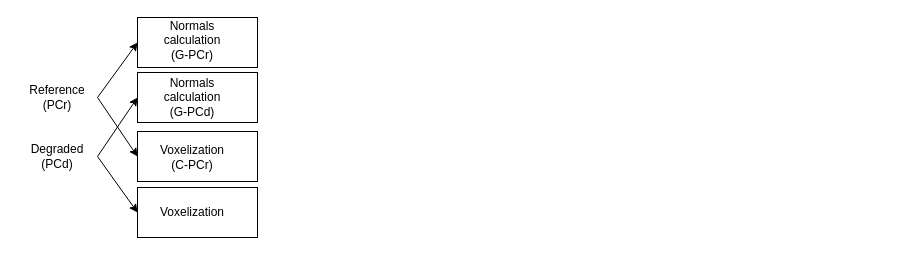
rafael2k/Monografia keeps this draw.io diagram as Untitled Diagram.drawio. Above is the earlier version. Source tidied: cells renumbered, new cells numbered last; positions are measured from the earlier drawing's top-left corner, leaving out a move shared by most shapes. Both pictures are drawn from the tidied source at 100%, with x=0, y=0 at pixel (17, 17).
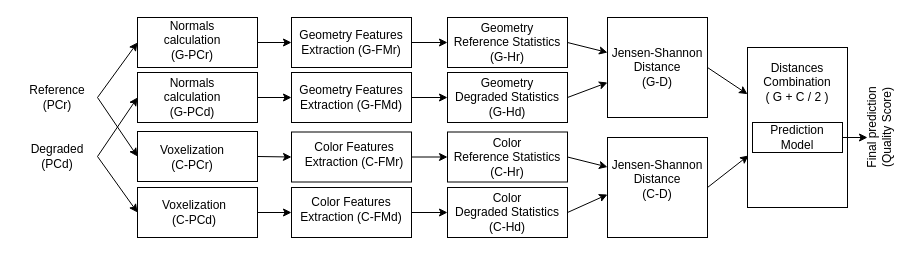
Above is the later version.

Commit message:
diagram-hybrid

Unchanged cells that the change refers to:
```xml
<mxCell id="4" style="rounded=0;whiteSpace=wrap;html=1;" parent="1" vertex="1">
  <mxGeometry x="120" width="120" height="50" as="geometry" />
</mxCell>
<mxCell id="5" style="rounded=0;whiteSpace=wrap;html=1;" parent="1" vertex="1">
  <mxGeometry x="120" y="114" width="120" height="50" as="geometry" />
</mxCell>
<mxCell id="12" style="rounded=0;whiteSpace=wrap;html=1;" parent="1" vertex="1">
  <mxGeometry x="120" y="55" width="120" height="50" as="geometry" />
</mxCell>
<mxCell id="14" style="rounded=0;whiteSpace=wrap;html=1;" parent="1" vertex="1">
  <mxGeometry x="120" y="170" width="120" height="50" as="geometry" />
</mxCell>
```

Change to the diagram source:
```diff
@@
+    <mxCell id="16" style="rounded=0;whiteSpace=wrap;html=1;" parent="1" vertex="1">
+      <mxGeometry x="590" y="120" width="100" height="100" as="geometry" />
+    </mxCell>
@@
-    <mxCell id="15" value="Voxelization" style="text;html=1;strokeColor=none;fillColor=none;align=center;verticalAlign=middle;whiteSpace=wrap;rounded=0;" parent="1" vertex="1">
-      <mxGeometry x="150" y="184.5" width="50" height="21" as="geometry" />
+    <mxCell id="15" value="&lt;div&gt;Voxelization&lt;/div&gt;&lt;div&gt;(C-PCd)&lt;/div&gt;" style="text;html=1;strokeColor=none;fillColor=none;align=center;verticalAlign=middle;whiteSpace=wrap;rounded=0;" parent="1" vertex="1">
+      <mxGeometry x="152" y="184.5" width="50" height="21" as="geometry" />
     </mxCell>
+    <mxCell id="17" style="rounded=0;whiteSpace=wrap;html=1;" parent="1" vertex="1">
+      <mxGeometry x="274" width="120" height="50" as="geometry" />
+    </mxCell>
+    <mxCell id="18" value="&lt;div&gt;Geometry Features Extraction (G-FMr)&lt;br&gt;&lt;/div&gt;" style="text;html=1;strokeColor=none;fillColor=none;align=center;verticalAlign=middle;whiteSpace=wrap;rounded=0;" parent="1" vertex="1">
+      <mxGeometry x="277" y="17.5" width="114" height="15" as="geometry" />
+    </mxCell>
+    <mxCell id="19" style="rounded=0;whiteSpace=wrap;html=1;" parent="1" vertex="1">
+      <mxGeometry x="274" y="55" width="120" height="50" as="geometry" />
+    </mxCell>
+    <mxCell id="20" value="&lt;div&gt;Geometry Features Extraction (G-FMd)&lt;br&gt;&lt;/div&gt;" style="text;html=1;strokeColor=none;fillColor=none;align=center;verticalAlign=middle;whiteSpace=wrap;rounded=0;" parent="1" vertex="1">
+      <mxGeometry x="276" y="62.5" width="116" height="35" as="geometry" />
+    </mxCell>
+    <mxCell id="21" style="rounded=0;whiteSpace=wrap;html=1;" parent="1" vertex="1">
+      <mxGeometry x="274" y="114.5" width="120" height="50" as="geometry" />
+    </mxCell>
+    <mxCell id="22" value="&lt;div&gt;Color Features&lt;/div&gt;&lt;div&gt;Extraction (C-FMr)&lt;br&gt;&lt;/div&gt;" style="text;html=1;strokeColor=none;fillColor=none;align=center;verticalAlign=middle;whiteSpace=wrap;rounded=0;" parent="1" vertex="1">
+      <mxGeometry x="285" y="129" width="104" height="15" as="geometry" />
+    </mxCell>
+    <mxCell id="23" style="rounded=0;whiteSpace=wrap;html=1;" parent="1" vertex="1">
+      <mxGeometry x="274" y="170" width="120" height="50" as="geometry" />
+    </mxCell>
+    <mxCell id="24" value="&lt;div&gt;Color Features&lt;/div&gt;&lt;div&gt;Extraction (C-FMd)&lt;br&gt;&lt;/div&gt;" style="text;html=1;strokeColor=none;fillColor=none;align=center;verticalAlign=middle;whiteSpace=wrap;rounded=0;" parent="1" vertex="1">
+      <mxGeometry x="282" y="184.5" width="104" height="15" as="geometry" />
+    </mxCell>
+    <mxCell id="25" style="rounded=0;whiteSpace=wrap;html=1;" parent="1" vertex="1">
+      <mxGeometry x="430" width="120" height="50" as="geometry" />
+    </mxCell>
+    <mxCell id="26" style="rounded=0;whiteSpace=wrap;html=1;" parent="1" vertex="1">
+      <mxGeometry x="430" y="114.5" width="120" height="50" as="geometry" />
+    </mxCell>
+    <mxCell id="27" style="rounded=0;whiteSpace=wrap;html=1;" parent="1" vertex="1">
+      <mxGeometry x="430" y="55" width="120" height="50" as="geometry" />
+    </mxCell>
+    <mxCell id="28" style="rounded=0;whiteSpace=wrap;html=1;" parent="1" vertex="1">
+      <mxGeometry x="430" y="170" width="120" height="50" as="geometry" />
+    </mxCell>
+    <mxCell id="29" value="&lt;div&gt;Geometry Reference Statistics (G-Hr)&lt;br&gt;&lt;/div&gt;" style="text;html=1;strokeColor=none;fillColor=none;align=center;verticalAlign=middle;whiteSpace=wrap;rounded=0;" parent="1" vertex="1">
+      <mxGeometry x="435" y="15" width="110" height="20" as="geometry" />
+    </mxCell>
+    <mxCell id="30" value="&lt;div&gt;Geometry Degraded Statistics (G-Hd)&lt;br&gt;&lt;/div&gt;" style="text;html=1;strokeColor=none;fillColor=none;align=center;verticalAlign=middle;whiteSpace=wrap;rounded=0;" parent="1" vertex="1">
+      <mxGeometry x="435" y="70" width="110" height="20" as="geometry" />
+    </mxCell>
+    <mxCell id="31" value="&lt;div&gt;Color&lt;br&gt;Reference Statistics&lt;br&gt;(C-Hr)&lt;br&gt;&lt;/div&gt;" style="text;html=1;strokeColor=none;fillColor=none;align=center;verticalAlign=middle;whiteSpace=wrap;rounded=0;" parent="1" vertex="1">
+      <mxGeometry x="410" y="132" width="160" height="15" as="geometry" />
+    </mxCell>
+    <mxCell id="32" value="&lt;div&gt;Color&lt;br&gt;Degraded Statistics&lt;br&gt;(C-Hd)&lt;br&gt;&lt;/div&gt;" style="text;html=1;strokeColor=none;fillColor=none;align=center;verticalAlign=middle;whiteSpace=wrap;rounded=0;" parent="1" vertex="1">
+      <mxGeometry x="410" y="187.5" width="160" height="15" as="geometry" />
+    </mxCell>
+    <mxCell id="33" style="rounded=0;whiteSpace=wrap;html=1;" parent="1" vertex="1">
+      <mxGeometry x="590" width="100" height="100" as="geometry" />
+    </mxCell>
+    <mxCell id="34" value="&lt;div&gt;Jensen-Shannon&lt;/div&gt;&lt;div&gt;Distance&lt;/div&gt;&lt;div&gt;(G-D)&lt;br&gt;&lt;/div&gt;" style="text;html=1;strokeColor=none;fillColor=none;align=center;verticalAlign=middle;whiteSpace=wrap;rounded=0;" parent="1" vertex="1">
+      <mxGeometry x="590" y="20" width="100" height="60" as="geometry" />
+    </mxCell>
+    <mxCell id="35" value="&lt;div&gt;Jensen-Shannon&lt;/div&gt;&lt;div&gt;Distance&lt;br&gt;&lt;/div&gt;&lt;div&gt;(C-D)&lt;br&gt;&lt;/div&gt;" style="text;html=1;strokeColor=none;fillColor=none;align=center;verticalAlign=middle;whiteSpace=wrap;rounded=0;" parent="1" vertex="1">
+      <mxGeometry x="590" y="132" width="100" height="60" as="geometry" />
+    </mxCell>
+    <mxCell id="36" style="rounded=0;whiteSpace=wrap;html=1;" parent="1" vertex="1">
+      <mxGeometry x="730" y="30" width="100" height="160" as="geometry" />
+    </mxCell>
+    <mxCell id="37" value="&lt;div&gt;Distances&lt;/div&gt;&lt;div&gt;Combination&lt;br&gt;&lt;/div&gt;&lt;div&gt;( G + C / 2 )&lt;br&gt;&lt;/div&gt;" style="text;html=1;strokeColor=none;fillColor=none;align=center;verticalAlign=middle;whiteSpace=wrap;rounded=0;" parent="1" vertex="1">
+      <mxGeometry x="745" y="40" width="70" height="50" as="geometry" />
+    </mxCell>
+    <mxCell id="38" style="rounded=0;whiteSpace=wrap;html=1;" parent="1" vertex="1">
+      <mxGeometry x="735" y="105" width="90" height="30" as="geometry" />
+    </mxCell>
+    <mxCell id="39" value="Prediction Model" style="text;html=1;strokeColor=none;fillColor=none;align=center;verticalAlign=middle;whiteSpace=wrap;rounded=0;" parent="1" vertex="1">
+      <mxGeometry x="760" y="110" width="40" height="20" as="geometry" />
+    </mxCell>
+    <mxCell id="40" value="&lt;div&gt;Final prediction&lt;/div&gt;&lt;div&gt;(Quality Score)&lt;br&gt;&lt;/div&gt;" style="text;html=1;strokeColor=none;fillColor=none;align=center;verticalAlign=middle;whiteSpace=wrap;rounded=0;rotation=-90;" parent="1" vertex="1">
+      <mxGeometry x="807" y="100" width="110" height="20" as="geometry" />
+    </mxCell>
+    <mxCell id="41" style="endArrow=classic;html=1;exitX=1;exitY=0.5;exitDx=0;exitDy=0;entryX=0;entryY=0.5;entryDx=0;entryDy=0;" parent="1" edge="1" source="4" target="17">
+      <mxGeometry relative="1" as="geometry" />
+    </mxCell>
+    <mxCell id="42" style="endArrow=classic;html=1;exitX=1;exitY=0.5;exitDx=0;exitDy=0;entryX=0;entryY=0.5;entryDx=0;entryDy=0;" parent="1" edge="1" source="12" target="19">
+      <mxGeometry relative="1" as="geometry" />
+    </mxCell>
+    <mxCell id="43" style="endArrow=classic;html=1;exitX=1;exitY=0.5;exitDx=0;exitDy=0;entryX=0;entryY=0.5;entryDx=0;entryDy=0;" parent="1" edge="1" source="5" target="21">
+      <mxGeometry relative="1" as="geometry" />
+    </mxCell>
+    <mxCell id="44" style="endArrow=classic;html=1;exitX=1;exitY=0.5;exitDx=0;exitDy=0;entryX=0;entryY=0.5;entryDx=0;entryDy=0;" parent="1" edge="1" source="14" target="23">
+      <mxGeometry relative="1" as="geometry" />
+    </mxCell>
+    <mxCell id="45" style="endArrow=classic;html=1;exitX=1;exitY=0.5;exitDx=0;exitDy=0;entryX=0;entryY=0.5;entryDx=0;entryDy=0;" parent="1" edge="1" source="17" target="25">
+      <mxGeometry relative="1" as="geometry" />
+    </mxCell>
+    <mxCell id="46" style="endArrow=classic;html=1;exitX=1;exitY=0.5;exitDx=0;exitDy=0;entryX=0;entryY=0.5;entryDx=0;entryDy=0;" parent="1" edge="1" source="19" target="27">
+      <mxGeometry relative="1" as="geometry" />
+    </mxCell>
+    <mxCell id="47" style="endArrow=classic;html=1;exitX=1;exitY=0.5;exitDx=0;exitDy=0;entryX=0;entryY=0.5;entryDx=0;entryDy=0;" parent="1" edge="1" source="21" target="26">
+      <mxGeometry relative="1" as="geometry" />
+    </mxCell>
+    <mxCell id="48" style="endArrow=classic;html=1;exitX=1;exitY=0.5;exitDx=0;exitDy=0;entryX=0;entryY=0.5;entryDx=0;entryDy=0;" parent="1" edge="1" source="23" target="28">
+      <mxGeometry relative="1" as="geometry" />
+    </mxCell>
+    <mxCell id="49" style="endArrow=classic;html=1;exitX=1;exitY=0.5;exitDx=0;exitDy=0;entryX=0;entryY=0.25;entryDx=0;entryDy=0;" parent="1" edge="1" source="25" target="34">
+      <mxGeometry relative="1" as="geometry" />
+    </mxCell>
+    <mxCell id="50" style="endArrow=classic;html=1;exitX=1;exitY=0.5;exitDx=0;exitDy=0;entryX=0;entryY=0.75;entryDx=0;entryDy=0;" parent="1" edge="1" source="27" target="34">
+      <mxGeometry relative="1" as="geometry" />
+    </mxCell>
+    <mxCell id="51" style="endArrow=classic;html=1;exitX=1;exitY=0.5;exitDx=0;exitDy=0;" parent="1" edge="1" source="26" target="35">
+      <mxGeometry relative="1" as="geometry" />
+    </mxCell>
+    <mxCell id="52" style="endArrow=classic;html=1;exitX=1;exitY=0.5;exitDx=0;exitDy=0;entryX=0;entryY=0.75;entryDx=0;entryDy=0;" parent="1" edge="1" source="28" target="35">
+      <mxGeometry relative="1" as="geometry" />
+    </mxCell>
+    <mxCell id="53" style="endArrow=classic;html=1;exitX=1;exitY=0.5;exitDx=0;exitDy=0;" parent="1" edge="1" source="34" target="36">
+      <mxGeometry relative="1" as="geometry" />
+    </mxCell>
+    <mxCell id="54" style="endArrow=classic;html=1;exitX=1;exitY=0.5;exitDx=0;exitDy=0;entryX=0.01;entryY=0.675;entryDx=0;entryDy=0;entryPerimeter=0;" parent="1" edge="1" source="16" target="36">
+      <mxGeometry relative="1" as="geometry" />
+    </mxCell>
+    <mxCell id="55" style="endArrow=classic;html=1;exitX=1;exitY=0.5;exitDx=0;exitDy=0;" parent="1" edge="1" source="38">
+      <mxGeometry relative="1" as="geometry">
+        <mxPoint x="850" y="120" as="targetPoint" />
+      </mxGeometry>
+    </mxCell>
```
